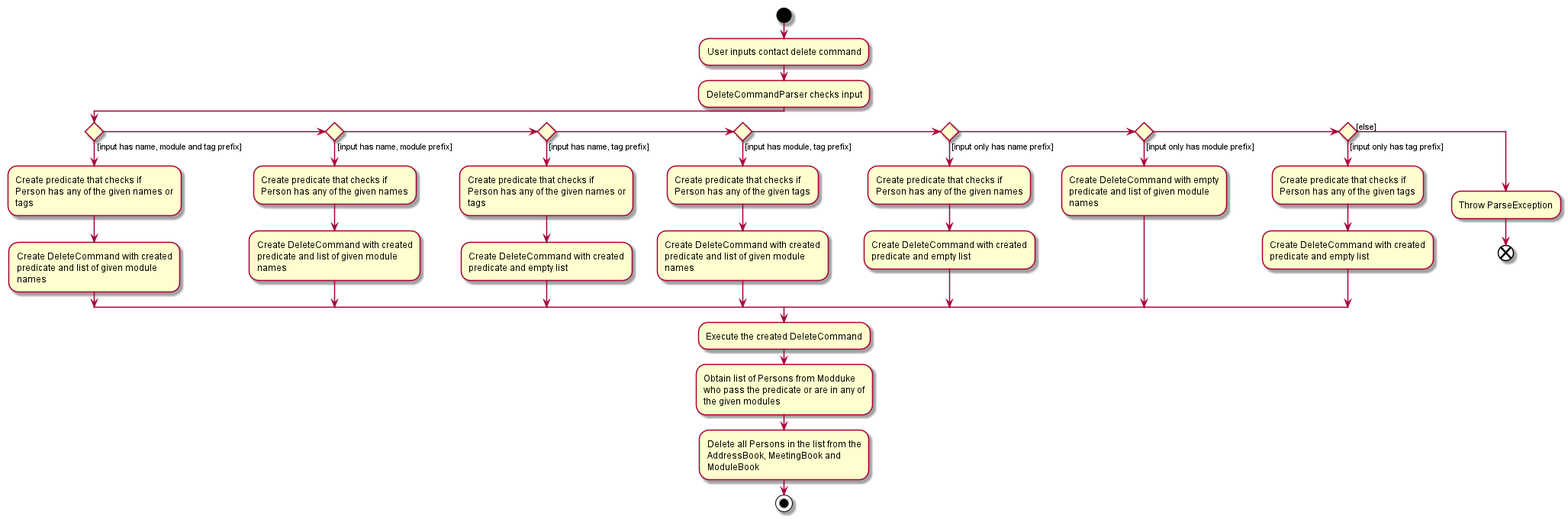
The PlantUML diagram docs/images/DeleteActivityDiagram.png in nus-cs2103-AY2021S1/tp, before a commit.
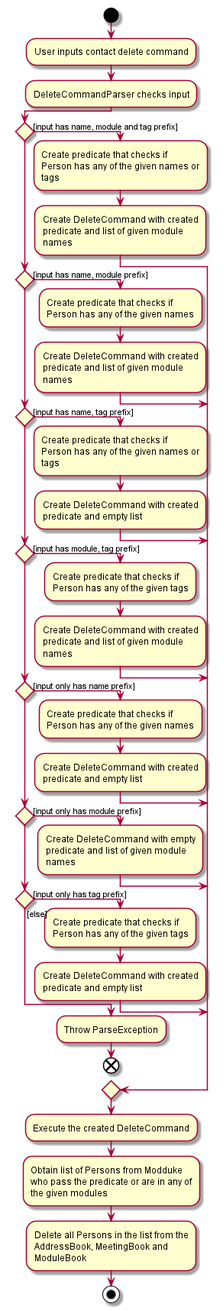
Later version of the same file.

Commit message:
Change my activity diagrams to vertical

What changed in the source:
```diff
@@ -1,4 +1,5 @@
 @startuml
+!pragma useVerticalIf on
 start
 :User inputs contact delete command;
 :DeleteCommandParser checks input;
```
